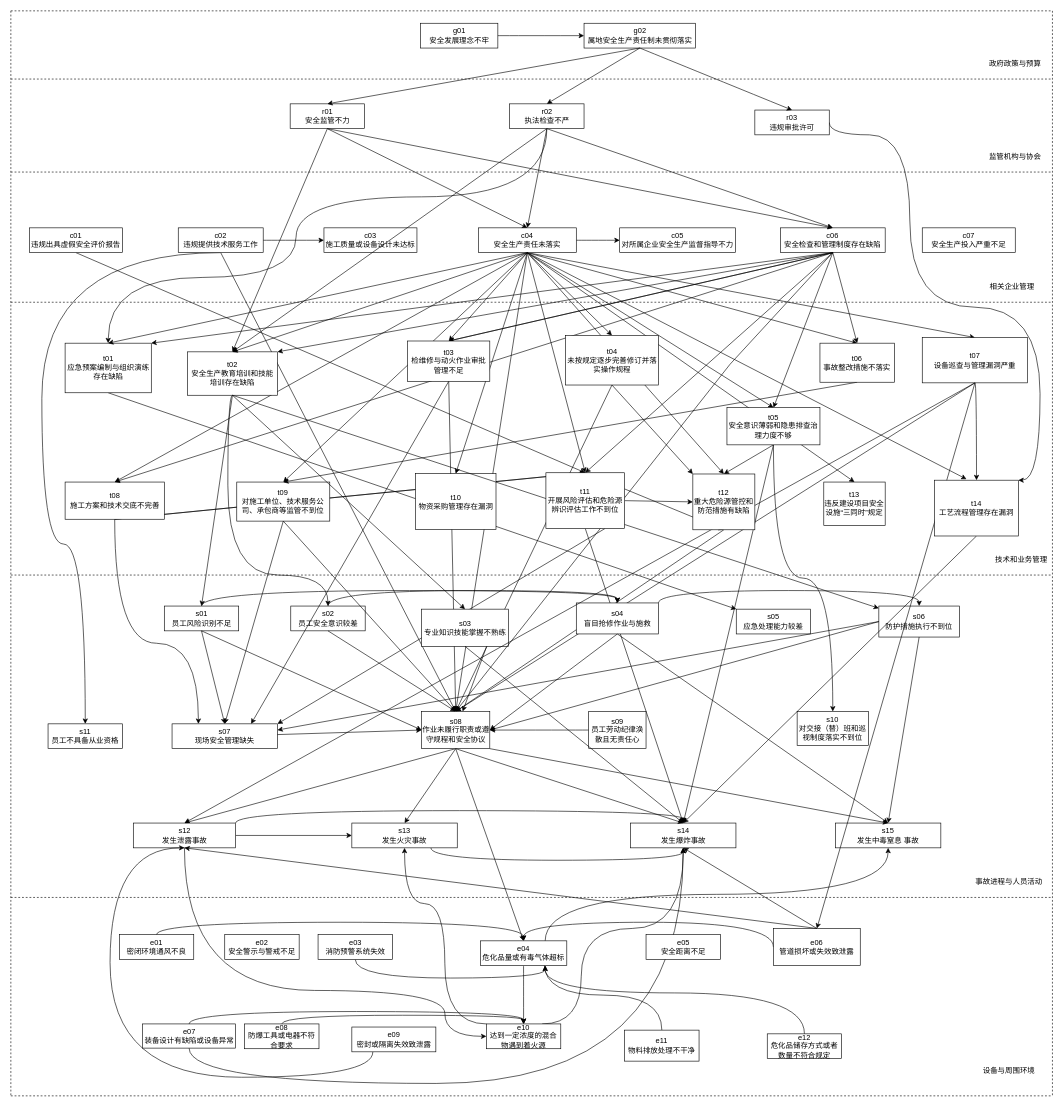
This is 剔除次数少于5.drawio from fangjiarong/docs, a draw.io file, before an edit. Source tidied: cells renumbered, new cells numbered last; positions are measured from the earlier drawing's top-left corner, leaving out a move shared by most shapes. Both pictures are drawn from the tidied source at 62%, with x=0, y=0 at pixel (11, 11).
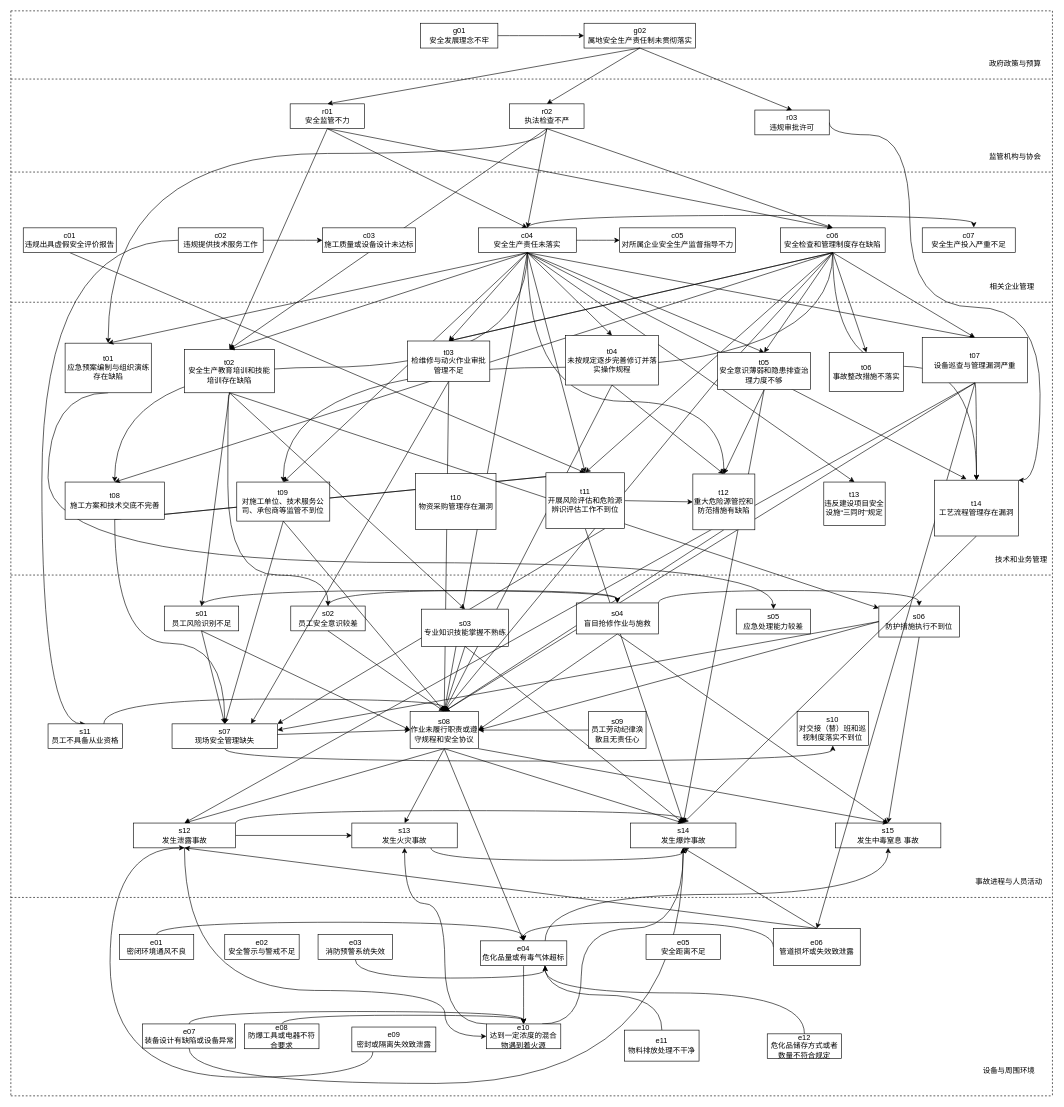
After the change.

Commit message:
更新剔除次数少于5.drawio

The change refers to these unchanged cells:
```xml
<mxCell id="24" value="r02&lt;br&gt;执法检查不严" style="rounded=0;whiteSpace=wrap;html=1;" parent="1" vertex="1">
  <mxGeometry x="804.5" y="150" width="120" height="40" as="geometry" />
</mxCell>
<mxCell id="29" value="c02&lt;br&gt;违规提供技术服务工作" style="rounded=0;whiteSpace=wrap;html=1;" parent="1" vertex="1">
  <mxGeometry x="270" y="350" width="137" height="40" as="geometry" />
</mxCell>
<mxCell id="36" value="c04&lt;br&gt;安全生产责任未落实" style="rounded=0;whiteSpace=wrap;html=1;" parent="1" vertex="1">
  <mxGeometry x="754" y="350" width="158" height="40" as="geometry" />
</mxCell>
<mxCell id="37" value="t01&lt;br&gt;应急预案编制与组织演练存在缺陷" style="rounded=0;whiteSpace=wrap;html=1;" parent="1" vertex="1">
  <mxGeometry x="87.5" y="536" width="139" height="80" as="geometry" />
</mxCell>
<mxCell id="41" value="t08&lt;br&gt;施工方案和技术交底不完善" style="rounded=0;whiteSpace=wrap;html=1;" parent="1" vertex="1">
  <mxGeometry x="87.5" y="760" width="160" height="60" as="geometry" />
</mxCell>
<mxCell id="42" value="t09&lt;br&gt;对施工单位、技术服务公司、承包商等监管不到位" style="rounded=0;whiteSpace=wrap;html=1;" parent="1" vertex="1">
  <mxGeometry x="364.4" y="760" width="150" height="63" as="geometry" />
</mxCell>
<mxCell id="48" value="s05&lt;br&gt;应急处理能力较差" style="rounded=0;whiteSpace=wrap;html=1;" parent="1" vertex="1">
  <mxGeometry x="1170" y="965" width="120" height="40" as="geometry" />
</mxCell>
<mxCell id="55" value="s03&lt;br&gt;专业知识技能掌握不熟练" style="rounded=0;whiteSpace=wrap;html=1;" parent="1" vertex="1">
  <mxGeometry x="662.5" y="965" width="140" height="60" as="geometry" />
</mxCell>
<mxCell id="56" value="s07&lt;br&gt;现场安全管理缺失" style="rounded=0;whiteSpace=wrap;html=1;" parent="1" vertex="1">
  <mxGeometry x="260" y="1150" width="170" height="40" as="geometry" />
</mxCell>
<mxCell id="59" value="c06&lt;br&gt;安全检查和管理制度存在缺陷" style="rounded=0;whiteSpace=wrap;html=1;" parent="1" vertex="1">
  <mxGeometry x="1241.2" y="350" width="169" height="40" as="geometry" />
</mxCell>
<mxCell id="61" value="s10&lt;br&gt;对交接（替）班和巡视制度落实不到位" style="rounded=0;whiteSpace=wrap;html=1;" parent="1" vertex="1">
  <mxGeometry x="1268.2" y="1130" width="115" height="55" as="geometry" />
</mxCell>
<mxCell id="68" value="c07&lt;br&gt;安全生产投入严重不足" style="rounded=0;whiteSpace=wrap;html=1;" parent="1" vertex="1">
  <mxGeometry x="1470" y="350" width="150" height="40" as="geometry" />
</mxCell>
<mxCell id="69" value="t10&lt;br&gt;物资采购管理存在漏洞" style="rounded=0;whiteSpace=wrap;html=1;" parent="1" vertex="1">
  <mxGeometry x="652.5" y="746.5" width="130" height="90" as="geometry" />
</mxCell>
<mxCell id="70" value="s11&lt;br&gt;员工不具备从业资格" style="rounded=0;whiteSpace=wrap;html=1;" parent="1" vertex="1">
  <mxGeometry x="60" y="1150" width="120" height="40" as="geometry" />
</mxCell>
<mxCell id="101" value="t07&lt;br&gt;设备巡查与管理漏洞严重" style="rounded=0;whiteSpace=wrap;html=1;" parent="1" vertex="1">
  <mxGeometry x="1470" y="527" width="170" height="73" as="geometry" />
</mxCell>
<mxCell id="161" value="t03&lt;br&gt;检维修与动火作业审批管理不足" style="rounded=0;whiteSpace=wrap;html=1;" parent="1" vertex="1">
  <mxGeometry x="640" y="532.5" width="132.5" height="65" as="geometry" />
</mxCell>
<mxCell id="163" value="t12&lt;br&gt;重大危险源管控和防范措施有缺陷" style="rounded=0;whiteSpace=wrap;html=1;" parent="1" vertex="1">
  <mxGeometry x="1100" y="747" width="100" height="90" as="geometry" />
</mxCell>
<mxCell id="170" value="t14&lt;br&gt;工艺流程管理存在漏洞" style="rounded=0;whiteSpace=wrap;html=1;" parent="1" vertex="1">
  <mxGeometry x="1490" y="757" width="135" height="90" as="geometry" />
</mxCell>
<mxCell id="171" value="t11&lt;br&gt;开展风险评估和危险源辨识评估工作不到位" style="rounded=0;whiteSpace=wrap;html=1;" parent="1" vertex="1">
  <mxGeometry x="863" y="745" width="127" height="90" as="geometry" />
</mxCell>
<mxCell id="177" value="t04&lt;br&gt;未按规定逐步完善修订并落实操作规程" style="rounded=0;whiteSpace=wrap;html=1;" parent="1" vertex="1">
  <mxGeometry x="894.5" y="523.5" width="150" height="80" as="geometry" />
</mxCell>
```

What changed in the source:
```diff
@@
+    <mxCell id="157" style="endArrow=classic;html=1;rounded=0;entryX=0.5;entryY=0;entryDx=0;entryDy=0;exitX=0.5;exitY=1;exitDx=0;exitDy=0;" parent="1" edge="1" source="24" target="39">
+      <mxGeometry relative="1" as="geometry" />
+    </mxCell>
@@
-    <mxCell id="7" style="endArrow=classic;html=1;rounded=0;exitX=0.5;exitY=1;exitDx=0;exitDy=0;entryX=0.5;entryY=0;entryDx=0;entryDy=0;" parent="1" edge="1" source="36" target="41">
-      <mxGeometry relative="1" as="geometry" />
-    </mxCell>
-    <mxCell id="8" style="endArrow=classic;html=1;rounded=0;exitX=0.5;exitY=1;exitDx=0;exitDy=0;entryX=0.5;entryY=0;entryDx=0;entryDy=0;" parent="1" edge="1" source="29" target="47">
-      <mxGeometry relative="1" as="geometry" />
-    </mxCell>
@@
-    <mxCell id="10" style="endArrow=classic;html=1;rounded=0;exitX=0.5;exitY=1;exitDx=0;exitDy=0;entryX=0;entryY=0;entryDx=0;entryDy=0;" parent="1" edge="1" source="37" target="48">
-      <mxGeometry relative="1" as="geometry" />
-    </mxCell>
@@
     <mxCell id="23" style="edgeStyle=orthogonalEdgeStyle;curved=1;rounded=0;jettySize=auto;html=1;exitX=0.5;exitY=1;exitDx=0;exitDy=0;entryX=0.5;entryY=0;entryDx=0;entryDy=0;" parent="1" edge="1" source="24" target="37">
       <mxGeometry relative="1" as="geometry">
         <Array as="points">
-          <mxPoint x="865" y="300" />
-          <mxPoint x="460" y="300" />
-          <mxPoint x="460" y="430" />
-          <mxPoint x="157" y="430" />
+          <mxPoint x="865" y="230" />
+          <mxPoint x="157" y="230" />
         </Array>
       </mxGeometry>
     </mxCell>
@@
     <mxCell id="26" value="c01&lt;br&gt;违规出具虚假安全评价报告" style="rounded=0;whiteSpace=wrap;html=1;" parent="1" vertex="1">
-      <mxGeometry x="30" y="350" width="150" height="40" as="geometry" />
+      <mxGeometry x="20" y="350" width="150" height="40" as="geometry" />
     </mxCell>
-    <mxCell id="27" style="edgeStyle=orthogonalEdgeStyle;curved=1;rounded=0;jettySize=auto;html=1;exitX=1;exitY=0.5;exitDx=0;exitDy=0;entryX=0;entryY=0.5;entryDx=0;entryDy=0;" parent="1" edge="1" source="29" target="57">
-      <mxGeometry relative="1" as="geometry" />
-    </mxCell>
-    <mxCell id="28" style="edgeStyle=orthogonalEdgeStyle;curved=1;rounded=0;jettySize=auto;html=1;exitX=0.5;exitY=1;exitDx=0;exitDy=0;entryX=0.5;entryY=0;entryDx=0;entryDy=0;" parent="1" edge="1" source="29" target="70">
+    <mxCell id="28" style="edgeStyle=orthogonalEdgeStyle;curved=1;rounded=0;jettySize=auto;html=1;exitX=0;exitY=0.5;exitDx=0;exitDy=0;entryX=0.5;entryY=0;entryDx=0;entryDy=0;" parent="1" edge="1" source="29" target="70">
       <mxGeometry relative="1" as="geometry">
         <Array as="points">
-          <mxPoint x="50" y="390" />
-          <mxPoint x="50" y="860" />
-          <mxPoint x="120" y="860" />
+          <mxPoint x="50" y="370" />
+          <mxPoint x="50" y="1150" />
         </Array>
       </mxGeometry>
     </mxCell>
@@
-    <mxCell id="31" style="edgeStyle=none;rounded=0;jettySize=auto;html=1;exitX=0.5;exitY=1;exitDx=0;exitDy=0;entryX=0.5;entryY=0;entryDx=0;entryDy=0;" parent="1" edge="1" source="36" target="165">
-      <mxGeometry relative="1" as="geometry" />
-    </mxCell>
-    <mxCell id="32" style="edgeStyle=none;rounded=0;jettySize=auto;html=1;exitX=0.5;exitY=1;exitDx=0;exitDy=0;entryX=0.5;entryY=0;entryDx=0;entryDy=0;" parent="1" edge="1" source="36" target="69">
-      <mxGeometry relative="1" as="geometry" />
-    </mxCell>
-    <mxCell id="33" style="edgeStyle=none;rounded=0;jettySize=auto;html=1;exitX=0.5;exitY=1;exitDx=0;exitDy=0;entryX=0.5;entryY=0;entryDx=0;entryDy=0;" parent="1" edge="1" source="36" target="163">
-      <mxGeometry relative="1" as="geometry" />
-    </mxCell>
@@
+    <mxCell id="33" style="edgeStyle=orthogonalEdgeStyle;curved=1;rounded=0;jettySize=auto;html=1;exitX=0.5;exitY=1;exitDx=0;exitDy=0;entryX=0.5;entryY=0;entryDx=0;entryDy=0;" parent="1" edge="1" source="36" target="163">
+      <mxGeometry relative="1" as="geometry">
+        <Array as="points">
+          <mxPoint x="833" y="630" />
+          <mxPoint x="1150" y="630" />
+        </Array>
+      </mxGeometry>
+    </mxCell>
+    <mxCell id="7" style="edgeStyle=orthogonalEdgeStyle;curved=1;rounded=0;jettySize=auto;html=1;exitX=0.5;exitY=1;exitDx=0;exitDy=0;entryX=0.5;entryY=0;entryDx=0;entryDy=0;" parent="1" edge="1" source="36" target="41">
+      <mxGeometry relative="1" as="geometry" />
+    </mxCell>
@@
+    <mxCell id="10" style="edgeStyle=orthogonalEdgeStyle;curved=1;rounded=0;jettySize=auto;html=1;exitX=0.5;exitY=1;exitDx=0;exitDy=0;entryX=0.5;entryY=0;entryDx=0;entryDy=0;" parent="1" edge="1" source="37" target="48">
+      <mxGeometry relative="1" as="geometry">
+        <Array as="points">
+          <mxPoint x="60" y="616" />
+          <mxPoint x="60" y="890" />
+          <mxPoint x="1230" y="890" />
+        </Array>
+      </mxGeometry>
+    </mxCell>
@@
     <mxCell id="39" value="t02&lt;br&gt;安全生产教育培训和技能培训存在缺陷" style="rounded=0;whiteSpace=wrap;html=1;" parent="1" vertex="1">
-      <mxGeometry x="284.8" y="550" width="145.2" height="70" as="geometry" />
+      <mxGeometry x="280" y="546" width="145.2" height="70" as="geometry" />
     </mxCell>
-    <mxCell id="40" style="edgeStyle=orthogonalEdgeStyle;curved=1;rounded=0;jettySize=auto;html=1;exitX=0.5;exitY=1;exitDx=0;exitDy=0;entryX=0.25;entryY=0;entryDx=0;entryDy=0;" parent="1" edge="1" source="41" target="56">
+    <mxCell id="40" style="edgeStyle=orthogonalEdgeStyle;curved=1;rounded=0;jettySize=auto;html=1;exitX=0.5;exitY=1;exitDx=0;exitDy=0;entryX=0.5;entryY=0;entryDx=0;entryDy=0;" parent="1" edge="1" source="41" target="56">
       <mxGeometry relative="1" as="geometry">
         <Array as="points">
           <mxPoint x="168" y="1020" />
-          <mxPoint x="303" y="1020" />
+          <mxPoint x="345" y="1020" />
         </Array>
       </mxGeometry>
     </mxCell>
@@
     <mxCell id="47" value="s08&lt;br&gt;作业未履行职责或遵守规程和安全协议" style="rounded=0;whiteSpace=wrap;html=1;" parent="1" vertex="1">
-      <mxGeometry x="662.5" y="1130" width="110" height="60" as="geometry" />
+      <mxGeometry x="644" y="1130" width="110" height="60" as="geometry" />
     </mxCell>
@@
+    <mxCell id="178" style="edgeStyle=orthogonalEdgeStyle;curved=1;rounded=0;jettySize=auto;html=1;exitX=0.25;exitY=0;exitDx=0;exitDy=0;" parent="1" edge="1" source="56">
+      <mxGeometry relative="1" as="geometry">
+        <mxPoint x="303.1" y="1149.6" as="targetPoint" />
+      </mxGeometry>
+    </mxCell>
+    <mxCell id="179" style="edgeStyle=orthogonalEdgeStyle;curved=1;rounded=0;jettySize=auto;html=1;exitX=0.5;exitY=1;exitDx=0;exitDy=0;entryX=0.5;entryY=1;entryDx=0;entryDy=0;" parent="1" edge="1" source="56" target="61">
+      <mxGeometry relative="1" as="geometry" />
+    </mxCell>
@@
     <mxCell id="57" value="c03&lt;br&gt;施工质量或设备设计未达标" style="rounded=0;whiteSpace=wrap;html=1;" parent="1" vertex="1">
-      <mxGeometry x="505" y="350" width="150" height="40" as="geometry" />
+      <mxGeometry x="502.5" y="350" width="150" height="40" as="geometry" />
     </mxCell>
@@
+    <mxCell id="180" style="edgeStyle=none;rounded=0;jettySize=auto;html=1;exitX=0.5;exitY=1;exitDx=0;exitDy=0;entryX=0.5;entryY=0;entryDx=0;entryDy=0;" parent="1" edge="1" source="59" target="101">
+      <mxGeometry relative="1" as="geometry" />
+    </mxCell>
+    <mxCell id="181" style="edgeStyle=orthogonalEdgeStyle;curved=1;rounded=0;jettySize=auto;html=1;exitX=0.5;exitY=1;exitDx=0;exitDy=0;entryX=0.5;entryY=0;entryDx=0;entryDy=0;" parent="1" edge="1" source="59" target="42">
+      <mxGeometry relative="1" as="geometry">
+        <Array as="points">
+          <mxPoint x="1326" y="575" />
+          <mxPoint x="439" y="575" />
+        </Array>
+      </mxGeometry>
+    </mxCell>
+    <mxCell id="182" style="edgeStyle=orthogonalEdgeStyle;curved=1;rounded=0;jettySize=auto;html=1;exitX=0.5;exitY=1;exitDx=0;exitDy=0;entryX=0.5;entryY=0;entryDx=0;entryDy=0;" parent="1" edge="1" source="59" target="170">
+      <mxGeometry relative="1" as="geometry" />
+    </mxCell>
@@
+    <mxCell id="183" style="edgeStyle=orthogonalEdgeStyle;curved=1;rounded=0;jettySize=auto;html=1;exitX=0.75;exitY=0;exitDx=0;exitDy=0;entryX=0.5;entryY=0;entryDx=0;entryDy=0;" parent="1" edge="1" source="70" target="47">
+      <mxGeometry relative="1" as="geometry" />
+    </mxCell>
@@
-    <mxCell id="114" style="endArrow=classic;html=1;rounded=0;entryX=0.5;entryY=0;entryDx=0;entryDy=0;exitX=0.5;exitY=1;exitDx=0;exitDy=0;" parent="1" edge="1" source="165" target="42">
-      <mxGeometry relative="1" as="geometry" />
-    </mxCell>
@@
-    <mxCell id="120" style="endArrow=classic;html=1;rounded=0;exitX=0.5;exitY=1;exitDx=0;exitDy=0;entryX=1;entryY=0;entryDx=0;entryDy=0;" parent="1" edge="1" source="59" target="39">
-      <mxGeometry relative="1" as="geometry" />
-    </mxCell>
@@
-    <mxCell id="131" style="endArrow=classic;html=1;rounded=0;entryX=1;entryY=0;entryDx=0;entryDy=0;exitX=0.5;exitY=1;exitDx=0;exitDy=0;" parent="1" edge="1" source="59" target="37">
-      <mxGeometry relative="1" as="geometry" />
-    </mxCell>
@@
-    <mxCell id="133" style="endArrow=classic;html=1;rounded=0;exitX=0.5;exitY=0;exitDx=0;exitDy=0;entryX=0.5;entryY=1;entryDx=0;entryDy=0;" parent="1" edge="1" source="171" target="163">
-      <mxGeometry relative="1" as="geometry" />
-    </mxCell>
@@
-    <mxCell id="142" style="endArrow=classic;html=1;rounded=0;exitX=0.75;exitY=1;exitDx=0;exitDy=0;" parent="1" edge="1" source="55" target="47">
+    <mxCell id="142" style="endArrow=classic;html=1;rounded=0;exitX=0.5;exitY=1;exitDx=0;exitDy=0;entryX=0.5;entryY=0;entryDx=0;entryDy=0;" parent="1" edge="1" source="55" target="47">
       <mxGeometry relative="1" as="geometry" />
     </mxCell>
@@
-    <mxCell id="145" style="endArrow=classic;html=1;rounded=0;exitX=0.5;exitY=1;exitDx=0;exitDy=0;entryX=0;entryY=0;entryDx=0;entryDy=0;" parent="1" edge="1" source="177" target="163">
+    <mxCell id="145" style="endArrow=classic;html=1;rounded=0;exitX=0.5;exitY=1;exitDx=0;exitDy=0;entryX=0.5;entryY=0;entryDx=0;entryDy=0;" parent="1" edge="1" source="177" target="163">
       <mxGeometry relative="1" as="geometry" />
     </mxCell>
@@
-    <mxCell id="157" style="endArrow=classic;html=1;rounded=0;entryX=0.5;entryY=0;entryDx=0;entryDy=0;exitX=0.5;exitY=1;exitDx=0;exitDy=0;" parent="1" edge="1" source="24" target="39">
-      <mxGeometry relative="1" as="geometry" />
-    </mxCell>
@@
-    <mxCell id="160" style="endArrow=classic;html=1;rounded=0;exitX=0.5;exitY=1;exitDx=0;exitDy=0;entryX=0.5;entryY=0;entryDx=0;entryDy=0;" parent="1" edge="1" source="59" target="161">
-      <mxGeometry relative="1" as="geometry" />
+    <mxCell id="160" style="endArrow=classic;html=1;rounded=0;entryX=0.5;entryY=0;entryDx=0;entryDy=0;" parent="1" edge="1" target="161">
+      <mxGeometry relative="1" as="geometry">
+        <mxPoint x="1326" y="390" as="sourcePoint" />
+      </mxGeometry>
     </mxCell>
@@
     <mxCell id="165" value="t06&lt;br&gt;事故整改措施不落实" style="rounded=0;whiteSpace=wrap;html=1;" parent="1" vertex="1">
-      <mxGeometry x="1305" y="536" width="120" height="63" as="geometry" />
+      <mxGeometry x="1320" y="551" width="120" height="63" as="geometry" />
     </mxCell>
@@
-    <mxCell id="167" style="edgeStyle=orthogonalEdgeStyle;curved=1;rounded=0;jettySize=auto;html=1;exitX=0.5;exitY=1;exitDx=0;exitDy=0;entryX=0.5;entryY=0;entryDx=0;entryDy=0;" parent="1" edge="1" source="168" target="61">
-      <mxGeometry relative="1" as="geometry" />
-    </mxCell>
     <mxCell id="168" value="t05&lt;br&gt;安全意识薄弱和隐患排查治理力度不够" style="rounded=0;whiteSpace=wrap;html=1;" parent="1" vertex="1">
-      <mxGeometry x="1155" y="640" width="150" height="60" as="geometry" />
+      <mxGeometry x="1140" y="551" width="150" height="60" as="geometry" />
     </mxCell>
@@
+    <mxCell id="184" style="edgeStyle=orthogonalEdgeStyle;curved=1;rounded=0;jettySize=auto;html=1;exitX=0.5;exitY=0;exitDx=0;exitDy=0;entryX=0.554;entryY=-0.015;entryDx=0;entryDy=0;entryPerimeter=0;" parent="1" edge="1" source="36" target="68">
+      <mxGeometry relative="1" as="geometry" />
+    </mxCell>
+    <mxCell id="27" style="edgeStyle=orthogonalEdgeStyle;curved=1;rounded=0;jettySize=auto;html=1;exitX=1;exitY=0.5;exitDx=0;exitDy=0;entryX=0;entryY=0.5;entryDx=0;entryDy=0;" parent="1" edge="1" source="29" target="57">
+      <mxGeometry relative="1" as="geometry" />
+    </mxCell>
```
